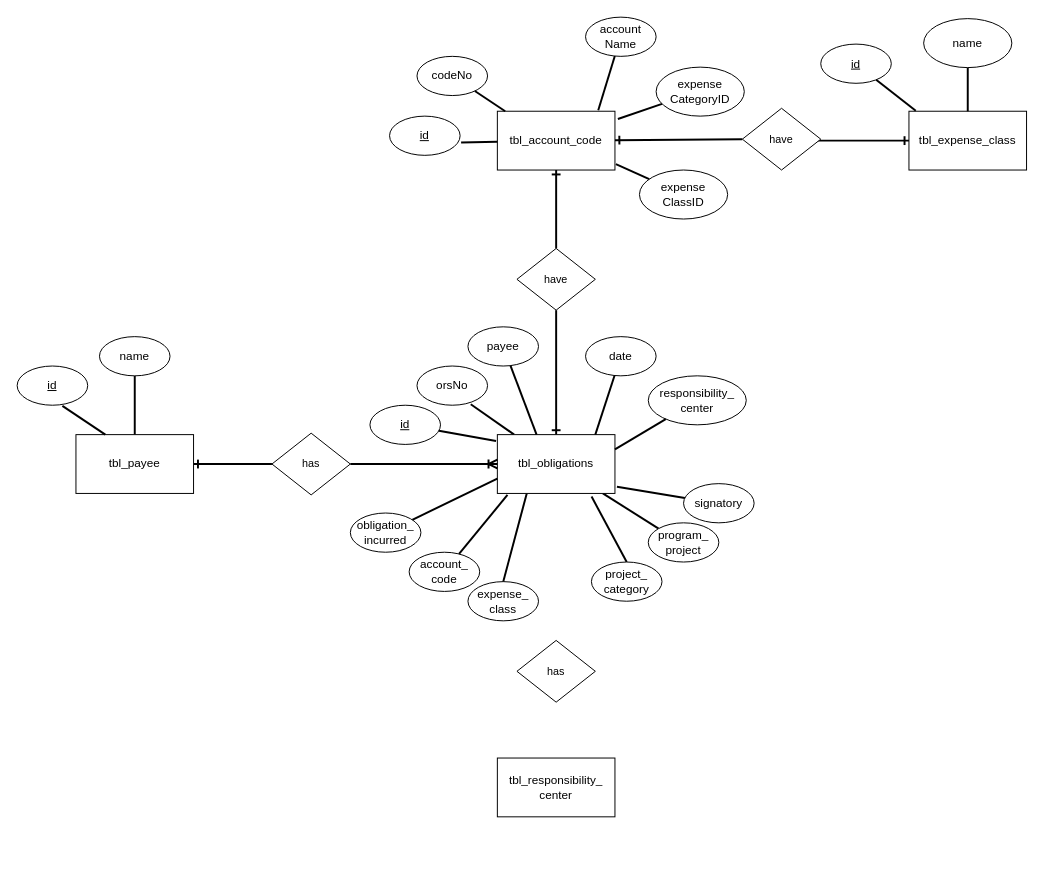
The draw.io diagram database/budget_registry_ERD.drawio in 07jakemorris/bfar8-budget-registry, before the edit. Source tidied: cells renumbered, new cells numbered last; positions are measured from the earlier drawing's top-left corner, leaving out a move shared by most shapes. Both pictures are drawn from the tidied source at 98%, with x=0, y=0 at pixel (17, 17).
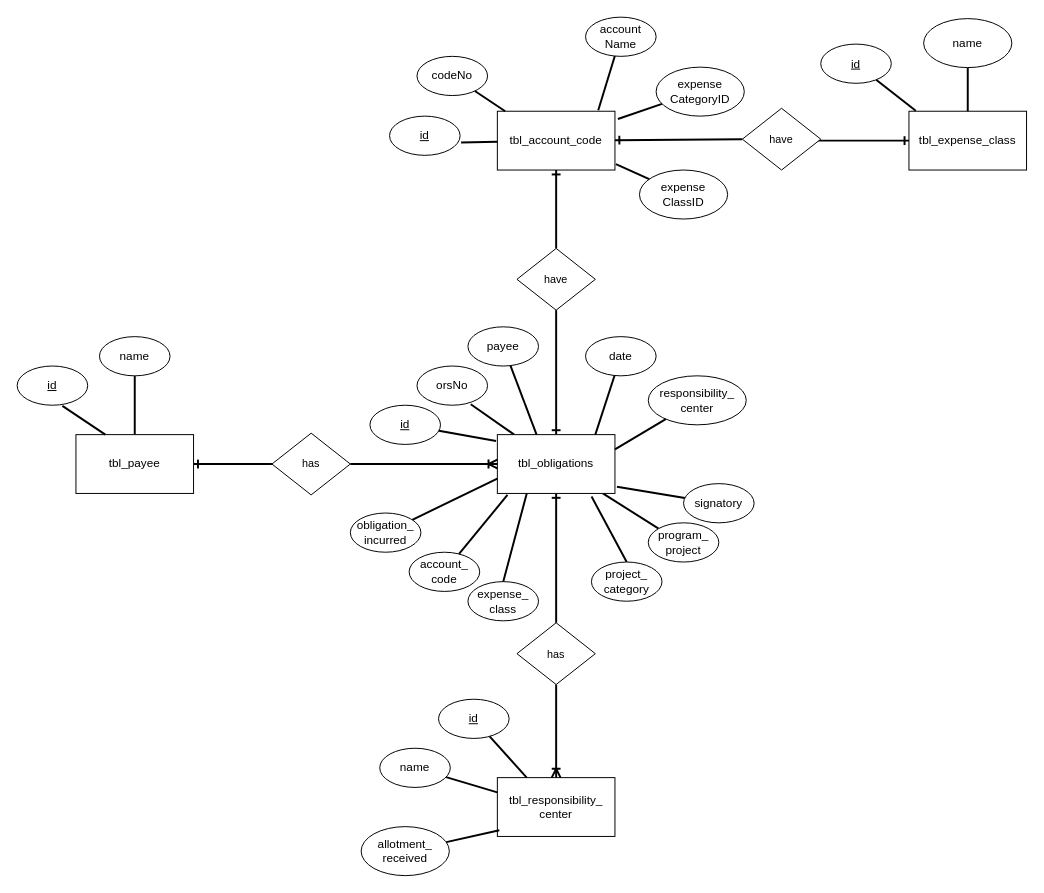
Above is the later version.

The change refers to these unchanged cells:
```xml
<mxCell id="10" value="tbl_obligations" style="rounded=0;whiteSpace=wrap;html=1;" parent="1" vertex="1">
  <mxGeometry x="490" y="426" width="120" height="60" as="geometry" />
</mxCell>
```

Diff of the diagram source:
```diff
@@
+    <mxCell id="59" style="edgeStyle=none;shape=connector;rounded=0;jettySize=auto;html=1;entryX=0.5;entryY=0;entryDx=0;entryDy=0;strokeColor=default;strokeWidth=2;align=center;verticalAlign=middle;fontFamily=Helvetica;fontSize=11;fontColor=default;labelBackgroundColor=default;endArrow=none;endFill=0;startArrow=ERone;startFill=0;" parent="1" edge="1" source="10" target="58">
+      <mxGeometry relative="1" as="geometry" />
+    </mxCell>
@@
     <mxCell id="57" value="tbl_responsibility_&lt;div&gt;center&lt;/div&gt;" style="rounded=0;whiteSpace=wrap;html=1;" parent="1" vertex="1">
-      <mxGeometry x="490" y="756" width="120" height="60" as="geometry" />
+      <mxGeometry x="490" y="776" width="120" height="60" as="geometry" />
     </mxCell>
+    <mxCell id="60" style="edgeStyle=none;shape=connector;rounded=0;jettySize=auto;html=1;entryX=0.5;entryY=0;entryDx=0;entryDy=0;strokeColor=default;strokeWidth=2;align=center;verticalAlign=middle;fontFamily=Helvetica;fontSize=11;fontColor=default;labelBackgroundColor=default;endArrow=ERoneToMany;endFill=0;" parent="1" edge="1" source="58" target="57">
+      <mxGeometry relative="1" as="geometry" />
+    </mxCell>
     <mxCell id="58" value="has" style="rhombus;whiteSpace=wrap;html=1;fontFamily=Helvetica;fontSize=11;fontColor=default;labelBackgroundColor=default;" parent="1" vertex="1">
-      <mxGeometry x="510" y="636" width="80" height="63" as="geometry" />
+      <mxGeometry x="510" y="618" width="80" height="63" as="geometry" />
     </mxCell>
+    <mxCell id="61" style="edgeStyle=none;shape=connector;rounded=0;jettySize=auto;html=1;entryX=0.25;entryY=0;entryDx=0;entryDy=0;strokeColor=default;strokeWidth=2;align=center;verticalAlign=middle;fontFamily=Helvetica;fontSize=11;fontColor=default;labelBackgroundColor=default;endArrow=none;endFill=0;" parent="1" edge="1" source="62" target="57">
+      <mxGeometry relative="1" as="geometry" />
+    </mxCell>
+    <mxCell id="62" value="id" style="ellipse;whiteSpace=wrap;html=1;fontStyle=4;" parent="1" vertex="1">
+      <mxGeometry x="430" y="696" width="72" height="40" as="geometry" />
+    </mxCell>
+    <mxCell id="63" style="edgeStyle=none;shape=connector;rounded=0;jettySize=auto;html=1;entryX=0;entryY=0.25;entryDx=0;entryDy=0;strokeColor=default;strokeWidth=2;align=center;verticalAlign=middle;fontFamily=Helvetica;fontSize=11;fontColor=default;labelBackgroundColor=default;endArrow=none;endFill=0;" parent="1" edge="1" source="64" target="57">
+      <mxGeometry relative="1" as="geometry" />
+    </mxCell>
+    <mxCell id="64" value="name" style="ellipse;whiteSpace=wrap;html=1;fontStyle=0;" parent="1" vertex="1">
+      <mxGeometry x="370" y="746" width="72" height="40" as="geometry" />
+    </mxCell>
+    <mxCell id="65" value="allotment_&lt;div&gt;received&lt;/div&gt;" style="ellipse;whiteSpace=wrap;html=1;fontStyle=0;" parent="1" vertex="1">
+      <mxGeometry x="351" y="826" width="90" height="50" as="geometry" />
+    </mxCell>
+    <mxCell id="66" style="edgeStyle=none;shape=connector;rounded=0;jettySize=auto;html=1;entryX=0.017;entryY=0.894;entryDx=0;entryDy=0;entryPerimeter=0;strokeColor=default;strokeWidth=2;align=center;verticalAlign=middle;fontFamily=Helvetica;fontSize=11;fontColor=default;labelBackgroundColor=default;endArrow=none;endFill=0;" parent="1" edge="1" source="65" target="57">
+      <mxGeometry relative="1" as="geometry" />
+    </mxCell>
```
